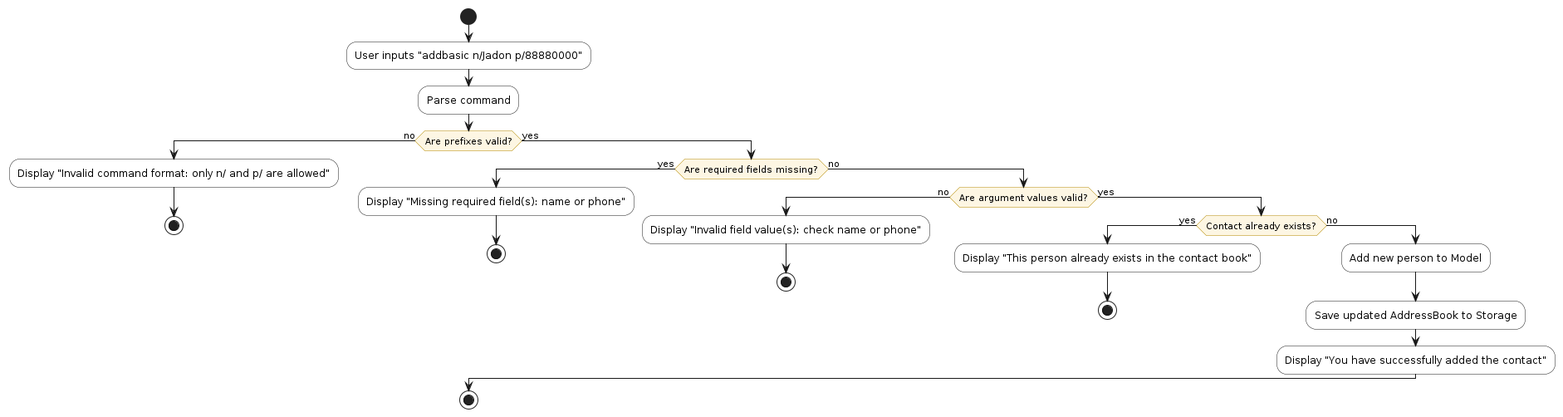
The PlantUML diagram diagrams/AddCommandBasicActivityDiagram.png in joelchongg/tp, before a commit. Its source is kept beside it as diagrams/AddCommandBasicActivityDiagram.puml.
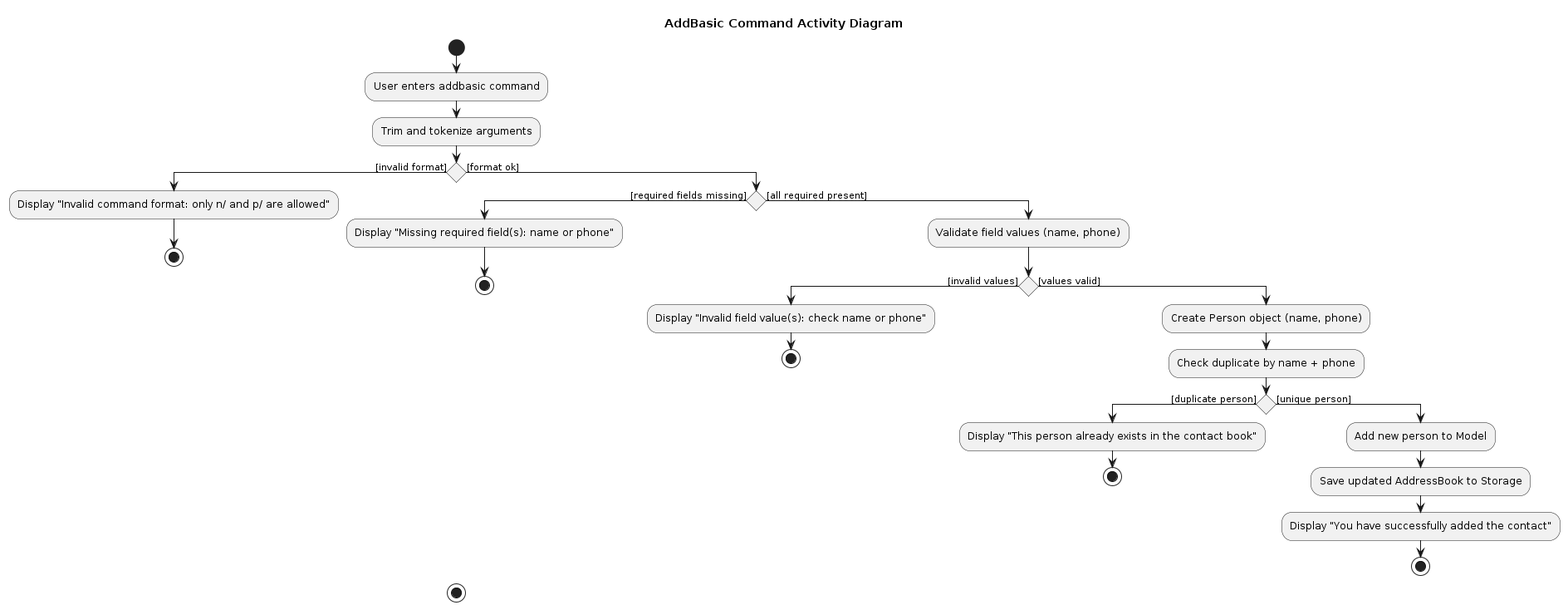
After the change.

Change to the diagram source:
```diff
@@ -1,39 +1,37 @@
 @startuml
-!include style.puml
-skinparam ArrowFontStyle plain
-skinparam activity {
-    BackgroundColor White
-    DiamondBackgroundColor #FDF6E3
-    DiamondBorderColor #B58900
-}
+title AddBasic Command Activity Diagram
 
 start
 
-:User inputs "addbasic n/Jadon p/88880000";
-:Parse command;
+:User enters addbasic command;
+:Trim and tokenize arguments;
 
-if (Are prefixes valid?) then (no)
-    :Display "Invalid command format: only n/ and p/ are allowed";
+if () then ([invalid format])
+  :Display "Invalid command format: only n/ and p/ are allowed";
+  stop
+else ([format ok])
+  if () then ([required fields missing])
+    :Display "Missing required field(s): name or phone";
     stop
-else (yes)
-    if (Are required fields missing?) then (yes)
-        :Display "Missing required field(s): name or phone";
+  else ([all required present])
+    :Validate field values (name, phone);
+    if () then ([invalid values])
+      :Display "Invalid field value(s): check name or phone";
+      stop
+    else ([values valid])
+      :Create Person object (name, phone);
+      :Check duplicate by name + phone;
+      if () then ([duplicate person])
+        :Display "This person already exists in the contact book";
         stop
-    else (no)
-        if (Are argument values valid?) then (no)
-            :Display "Invalid field value(s): check name or phone";
-            stop
-        else (yes)
-            if (Contact already exists?) then (yes)
-                :Display "This person already exists in the contact book";
-                stop
-            else (no)
-                :Add new person to Model;
-                :Save updated AddressBook to Storage;
-                :Display "You have successfully added the contact";
-            endif
-        endif
+      else ([unique person])
+        :Add new person to Model;
+        :Save updated AddressBook to Storage;
+        :Display "You have successfully added the contact";
+        stop
+      endif
     endif
+  endif
 endif
 
 stop
```
